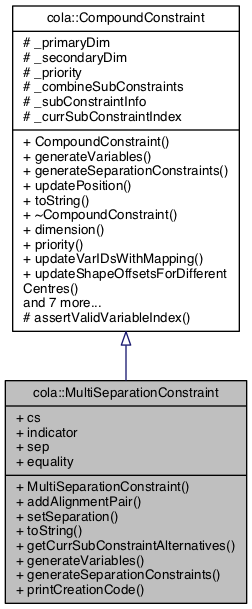
Earlier version of the Graphviz export documentation/classcola_1_1MultiSeparationConstraint__inherit__graph.png (mjwybrow/adaptagrams). Its source is kept beside it as documentation/classcola_1_1MultiSeparationConstraint__inherit__graph.dot.
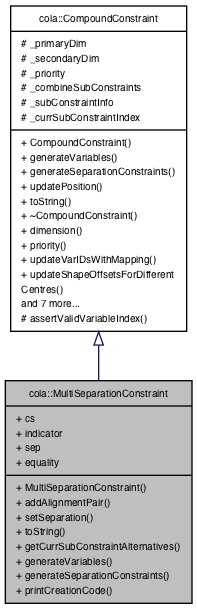
After the commit.

Diff of the diagram source:
```diff
@@ -2,7 +2,7 @@
 {
   edge [fontname="Helvetica",fontsize="10",labelfontname="Helvetica",labelfontsize="10"];
   node [fontname="Helvetica",fontsize="10",shape=record];
-  Node1 [label="{cola::MultiSeparationConstraint\n|+ cs\l+ indicator\l+ sep\l+ equality\l|+ MultiSeparationConstraint()\l+ addAlignmentPair()\l+ setSeparation()\l+ toString()\l+ getCurrSubConstraintAlternatives()\l+ generateVariables()\l+ generateSeparationConstraints()\l+ printCreationCode()\l}",height=0.2,width=0.4,color="black", fillcolor="grey75", style="filled", fontcolor="black"];
-  Node2 -> Node1 [dir="back",color="midnightblue",fontsize="10",style="solid",arrowtail="onormal",fontname="Helvetica"];
-  Node2 [label="{cola::CompoundConstraint\n|# _primaryDim\l# _secondaryDim\l# _priority\l# _combineSubConstraints\l# _subConstraintInfo\l# _currSubConstraintIndex\l|+ CompoundConstraint()\l+ generateVariables()\l+ generateSeparationConstraints()\l+ updatePosition()\l+ toString()\l+ ~CompoundConstraint()\l+ dimension()\l+ priority()\l+ updateVarIDsWithMapping()\l+ updateShapeOffsetsForDifferent\lCentres()\land 7 more...\l# assertValidVariableIndex()\l}",height=0.2,width=0.4,color="black", fillcolor="white", style="filled",URL="$classcola_1_1CompoundConstraint.html",tooltip="An abstract base class for all high-level compound constraints. "];
+  Node0 [label="{cola::MultiSeparationConstraint\n|+ cs\l+ indicator\l+ sep\l+ equality\l|+ MultiSeparationConstraint()\l+ addAlignmentPair()\l+ setSeparation()\l+ toString()\l+ getCurrSubConstraintAlternatives()\l+ generateVariables()\l+ generateSeparationConstraints()\l+ printCreationCode()\l}",height=0.2,width=0.4,color="black", fillcolor="grey75", style="filled", fontcolor="black"];
+  Node1 -> Node0 [dir="back",color="midnightblue",fontsize="10",style="solid",arrowtail="onormal",fontname="Helvetica"];
+  Node1 [label="{cola::CompoundConstraint\n|# _primaryDim\l# _secondaryDim\l# _priority\l# _combineSubConstraints\l# _subConstraintInfo\l# _currSubConstraintIndex\l|+ CompoundConstraint()\l+ generateVariables()\l+ generateSeparationConstraints()\l+ updatePosition()\l+ toString()\l+ ~CompoundConstraint()\l+ dimension()\l+ priority()\l+ updateVarIDsWithMapping()\l+ updateShapeOffsetsForDifferent\lCentres()\land 7 more...\l# assertValidVariableIndex()\l}",height=0.2,width=0.4,color="black", fillcolor="white", style="filled",URL="$classcola_1_1CompoundConstraint.html",tooltip="An abstract base class for all high-level compound constraints. "];
 }
```
